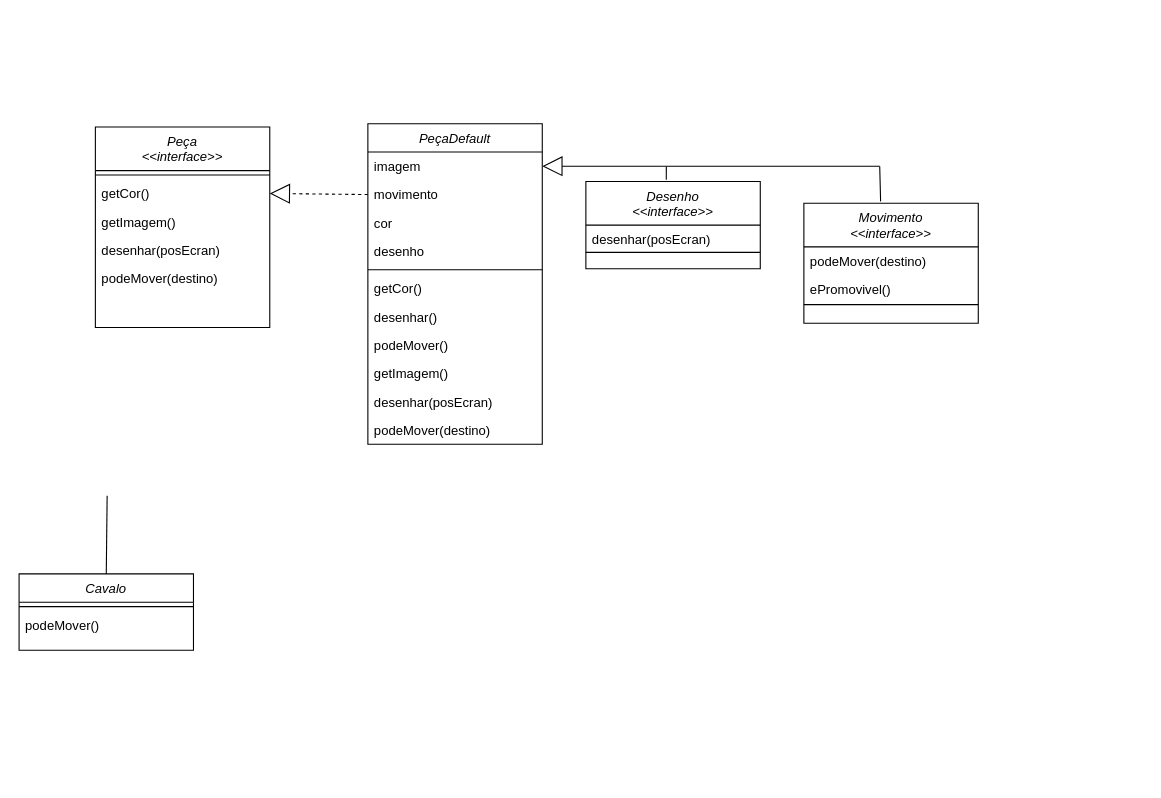
Before: Diagrama sem nome.drawio in GameJog/GameJog, a draw.io diagram. Source tidied: cells renumbered, new cells numbered last; positions are measured from the earlier drawing's top-left corner, leaving out a move shared by most shapes. Both pictures are drawn from the tidied source at 109%, with x=0, y=0 at pixel (19, 123).
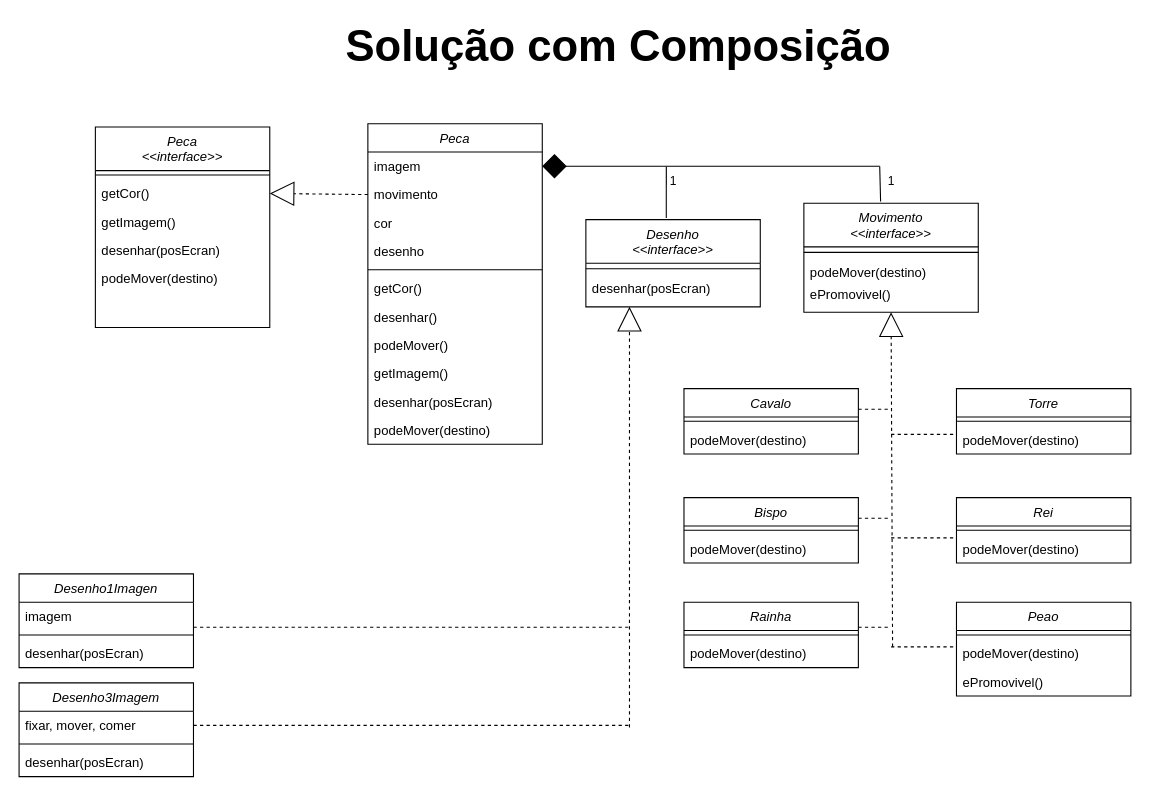
Above is the later version.

The change refers to these unchanged cells:
```xml
<mxCell id="4" value="getCor()" style="text;align=left;verticalAlign=top;spacingLeft=4;spacingRight=4;overflow=hidden;points=[[0,0.5],[1,0.5]];portConstraint=eastwest;" parent="2" vertex="1">
  <mxGeometry y="48" width="160" height="26" as="geometry" />
</mxCell>
<mxCell id="9" value="imagem" style="text;align=left;verticalAlign=top;spacingLeft=4;spacingRight=4;overflow=hidden;points=[[0,0.5],[1,0.5]];portConstraint=eastwest;" parent="8" vertex="1">
  <mxGeometry y="26" width="160" height="26" as="geometry" />
</mxCell>
<mxCell id="10" value="movimento" style="text;align=left;verticalAlign=top;spacingLeft=4;spacingRight=4;overflow=hidden;points=[[0,0.5],[1,0.5]];portConstraint=eastwest;" parent="8" vertex="1">
  <mxGeometry y="52" width="160" height="26" as="geometry" />
</mxCell>
<mxCell id="34" style="endArrow=none;html=1;rounded=0;exitX=0.461;exitY=-0.019;exitDx=0;exitDy=0;exitPerimeter=0;entryX=0.019;entryY=0.528;entryDx=0;entryDy=0;entryPerimeter=0;" parent="1" edge="1" source="25" target="33">
  <mxGeometry relative="1" as="geometry" />
</mxCell>
<mxCell id="35" style="endArrow=none;html=1;rounded=0;entryX=0.998;entryY=0.543;entryDx=0;entryDy=0;entryPerimeter=0;exitX=0.44;exitY=-0.016;exitDx=0;exitDy=0;exitPerimeter=0;" parent="1" edge="1" source="28" target="33">
  <mxGeometry relative="1" as="geometry" />
</mxCell>
```

What changed in the source:
```diff
@@
-    <mxCell id="2" value="Peça&#10;&lt;&lt;interface&gt;&gt;" style="swimlane;fontStyle=2;align=center;verticalAlign=top;horizontal=1;startSize=40;rounded=0;shadow=0;strokeWidth=1;" parent="1" vertex="1">
+    <mxCell id="2" value="Peca&#10;&lt;&lt;interface&gt;&gt;" style="swimlane;fontStyle=2;align=center;verticalAlign=top;horizontal=1;startSize=40;rounded=0;shadow=0;strokeWidth=1;" parent="1" vertex="1">
       <mxGeometry x="70" y="3" width="160" height="184" as="geometry" />
     </mxCell>
@@
-    <mxCell id="8" value="PeçaDefault" style="swimlane;fontStyle=2;align=center;verticalAlign=top;horizontal=1;startSize=26;rounded=0;shadow=0;strokeWidth=1;" parent="1" vertex="1">
+    <mxCell id="8" value="Peca" style="swimlane;fontStyle=2;align=center;verticalAlign=top;horizontal=1;startSize=26;rounded=0;shadow=0;strokeWidth=1;" parent="1" vertex="1">
       <mxGeometry x="320" width="160" height="294" as="geometry" />
     </mxCell>
@@
-    <mxCell id="20" value="Cavalo" style="swimlane;fontStyle=2;align=center;verticalAlign=top;horizontal=1;startSize=26;rounded=0;shadow=0;strokeWidth=1;" parent="1" vertex="1">
-      <mxGeometry y="413" width="160" height="70" as="geometry" />
+    <mxCell id="20" value="Desenho1Imagen" style="swimlane;fontStyle=2;align=center;verticalAlign=top;horizontal=1;startSize=26;rounded=0;shadow=0;strokeWidth=1;" parent="1" vertex="1">
+      <mxGeometry y="413" width="160" height="86" as="geometry" />
     </mxCell>
+    <mxCell id="22" value="imagem" style="text;align=left;verticalAlign=top;spacingLeft=4;spacingRight=4;overflow=hidden;" parent="20" vertex="1">
+      <mxGeometry y="26" width="160" height="26" as="geometry" />
+    </mxCell>
     <mxCell id="21" style="line;html=1;strokeWidth=1;align=left;verticalAlign=middle;spacingTop=-1;spacingLeft=3;spacingRight=3;labelPosition=right;" parent="20" vertex="1">
-      <mxGeometry y="26" width="160" height="8" as="geometry" />
+      <mxGeometry y="52" width="160" height="8" as="geometry" />
     </mxCell>
-    <mxCell id="22" value="podeMover()" style="text;align=left;verticalAlign=top;spacingLeft=4;spacingRight=4;overflow=hidden;" parent="20" vertex="1">
-      <mxGeometry y="34" width="160" height="26" as="geometry" />
-    </mxCell>
-    <mxCell id="23" style="endArrow=none;html=1;rounded=0;exitX=0.5;exitY=0;exitDx=0;exitDy=0;entryX=0.001;entryY=0.469;entryDx=0;entryDy=0;entryPerimeter=0;" parent="1" edge="1" source="20">
-      <mxGeometry relative="1" as="geometry">
-        <mxPoint x="80.8" y="341.4" as="targetPoint" />
-      </mxGeometry>
-    </mxCell>
+    <mxCell id="36" value="desenhar(posEcran)" style="text;align=left;verticalAlign=top;spacingLeft=4;spacingRight=4;overflow=hidden;" parent="20" vertex="1">
+      <mxGeometry y="60" width="160" height="26" as="geometry" />
+    </mxCell>
-    <mxCell id="24" style="endArrow=block;endSize=16;endFill=0;html=1;rounded=0;entryX=1;entryY=0.5;entryDx=0;entryDy=0;startArrow=none;startFill=0;dashed=1;exitX=0;exitY=0.5;exitDx=0;exitDy=0;" parent="1" edge="1" source="10" target="4">
+    <mxCell id="24" style="endArrow=block;endSize=20;endFill=0;html=1;rounded=0;entryX=1;entryY=0.5;entryDx=0;entryDy=0;startArrow=none;startFill=0;dashed=1;exitX=0;exitY=0.5;exitDx=0;exitDy=0;" parent="1" edge="1" source="10" target="4">
       <mxGeometry relative="1" as="geometry" />
     </mxCell>
     <mxCell id="25" value="Desenho&#10;&lt;&lt;interface&gt;&gt;" style="swimlane;fontStyle=2;align=center;verticalAlign=top;horizontal=1;startSize=40;rounded=0;shadow=0;strokeWidth=1;" parent="1" vertex="1">
-      <mxGeometry x="520" y="53" width="160" height="80" as="geometry" />
+      <mxGeometry x="520" y="88" width="160" height="80" as="geometry" />
     </mxCell>
+    <mxCell id="27" style="line;html=1;strokeWidth=1;align=left;verticalAlign=middle;spacingTop=-1;spacingLeft=3;spacingRight=3;labelPosition=right;" parent="25" vertex="1">
+      <mxGeometry y="40" width="160" height="10" as="geometry" />
+    </mxCell>
     <mxCell id="26" value="desenhar(posEcran)" style="text;align=left;verticalAlign=top;spacingLeft=4;spacingRight=4;overflow=hidden;" parent="25" vertex="1">
-      <mxGeometry y="40" width="160" height="20" as="geometry" />
+      <mxGeometry y="50" width="160" height="20" as="geometry" />
     </mxCell>
-    <mxCell id="27" style="line;html=1;strokeWidth=1;align=left;verticalAlign=middle;spacingTop=-1;spacingLeft=3;spacingRight=3;labelPosition=right;" parent="25" vertex="1">
-      <mxGeometry y="60" width="160" height="10" as="geometry" />
-    </mxCell>
     <mxCell id="28" value="Movimento&#10;&lt;&lt;interface&gt;&gt;" style="swimlane;fontStyle=2;align=center;verticalAlign=top;horizontal=1;startSize=40;rounded=0;shadow=0;strokeWidth=1;" parent="1" vertex="1">
-      <mxGeometry x="720" y="73" width="160" height="110" as="geometry" />
+      <mxGeometry x="720" y="73" width="160" height="100" as="geometry" />
     </mxCell>
+    <mxCell id="31" style="line;html=1;strokeWidth=1;align=left;verticalAlign=middle;spacingTop=-1;spacingLeft=3;spacingRight=3;labelPosition=right;" parent="28" vertex="1">
+      <mxGeometry y="40" width="160" height="10" as="geometry" />
+    </mxCell>
     <mxCell id="29" value="podeMover(destino)" style="text;align=left;verticalAlign=top;spacingLeft=4;spacingRight=4;overflow=hidden;" parent="28" vertex="1">
-      <mxGeometry y="40" width="160" height="26" as="geometry" />
+      <mxGeometry y="50" width="160" height="20" as="geometry" />
     </mxCell>
     <mxCell id="30" value="ePromovivel()" style="text;align=left;verticalAlign=top;spacingLeft=4;spacingRight=4;overflow=hidden;" parent="28" vertex="1">
-      <mxGeometry y="66" width="160" height="26" as="geometry" />
+      <mxGeometry y="70" width="160" height="26" as="geometry" />
     </mxCell>
-    <mxCell id="31" style="line;html=1;strokeWidth=1;align=left;verticalAlign=middle;spacingTop=-1;spacingLeft=3;spacingRight=3;labelPosition=right;" parent="28" vertex="1">
-      <mxGeometry y="92" width="160" height="2" as="geometry" />
-    </mxCell>
-    <mxCell id="32" style="endArrow=block;endSize=16;endFill=0;html=1;rounded=0;entryX=1;entryY=0.5;entryDx=0;entryDy=0;" parent="1" edge="1" target="9">
+    <mxCell id="32" style="endArrow=diamond;endSize=20;endFill=1;html=1;rounded=0;entryX=1;entryY=0.5;entryDx=0;entryDy=0;" parent="1" edge="1" target="9">
       <mxGeometry relative="1" as="geometry">
         <mxPoint x="590" y="39" as="sourcePoint" />
       </mxGeometry>
     </mxCell>
@@
+    <mxCell id="37" value="1" style="edgeLabel;html=1;align=center;verticalAlign=middle;" parent="34" vertex="1">
+      <mxGeometry x="0.51" y="-2" relative="1" as="geometry">
+        <mxPoint x="4" y="1" as="offset" />
+      </mxGeometry>
+    </mxCell>
@@
+    <mxCell id="38" value="1" style="edgeLabel;html=1;align=center;verticalAlign=middle;" parent="35" vertex="1">
+      <mxGeometry x="0.48" y="3" relative="1" as="geometry">
+        <mxPoint x="13" y="4" as="offset" />
+      </mxGeometry>
+    </mxCell>
+    <mxCell id="39" value="Desenho3Imagem" style="swimlane;fontStyle=2;align=center;verticalAlign=top;horizontal=1;startSize=26;rounded=0;shadow=0;strokeWidth=1;" parent="1" vertex="1">
+      <mxGeometry y="513" width="160" height="86" as="geometry" />
+    </mxCell>
+    <mxCell id="40" value="fixar, mover, comer" style="text;align=left;verticalAlign=top;spacingLeft=4;spacingRight=4;overflow=hidden;" parent="39" vertex="1">
+      <mxGeometry y="26" width="160" height="26" as="geometry" />
+    </mxCell>
+    <mxCell id="41" style="line;html=1;strokeWidth=1;align=left;verticalAlign=middle;spacingTop=-1;spacingLeft=3;spacingRight=3;labelPosition=right;" parent="39" vertex="1">
+      <mxGeometry y="52" width="160" height="8" as="geometry" />
+    </mxCell>
+    <mxCell id="42" value="desenhar(posEcran)" style="text;align=left;verticalAlign=top;spacingLeft=4;spacingRight=4;overflow=hidden;" parent="39" vertex="1">
+      <mxGeometry y="60" width="160" height="26" as="geometry" />
+    </mxCell>
+    <mxCell id="43" style="line;strokeWidth=1;fillColor=none;align=left;verticalAlign=middle;spacingTop=-1;spacingLeft=3;spacingRight=3;labelPosition=right;points=[];portConstraint=eastwest;strokeColor=inherit;dashed=1;" parent="1" vertex="1">
+      <mxGeometry x="160" y="543" width="400" height="18" as="geometry" />
+    </mxCell>
+    <mxCell id="44" style="endArrow=block;html=1;rounded=0;endFill=0;endSize=20;dashed=1;entryX=0.25;entryY=1;entryDx=0;entryDy=0;exitX=1;exitY=0.611;exitDx=0;exitDy=0;exitPerimeter=0;" parent="1" edge="1" source="43" target="25">
+      <mxGeometry relative="1" as="geometry" />
+    </mxCell>
+    <mxCell id="45" style="line;strokeWidth=1;fillColor=none;align=left;verticalAlign=middle;spacingTop=-1;spacingLeft=3;spacingRight=3;labelPosition=right;strokeColor=inherit;dashed=1;" parent="1" vertex="1">
+      <mxGeometry x="160" y="453" width="400" height="18" as="geometry" />
+    </mxCell>
+    <mxCell id="46" value="Cavalo" style="swimlane;fontStyle=2;align=center;verticalAlign=top;horizontal=1;startSize=26;rounded=0;shadow=0;strokeWidth=1;" parent="1" vertex="1">
+      <mxGeometry x="610" y="243" width="160" height="60" as="geometry" />
+    </mxCell>
+    <mxCell id="47" style="line;html=1;strokeWidth=1;align=left;verticalAlign=middle;spacingTop=-1;spacingLeft=3;spacingRight=3;labelPosition=right;" parent="46" vertex="1">
+      <mxGeometry y="26" width="160" height="8" as="geometry" />
+    </mxCell>
+    <mxCell id="48" value="podeMover(destino)" style="text;align=left;verticalAlign=top;spacingLeft=4;spacingRight=4;overflow=hidden;" parent="46" vertex="1">
+      <mxGeometry y="34" width="160" height="26" as="geometry" />
+    </mxCell>
+    <mxCell id="49" value="Bispo" style="swimlane;fontStyle=2;align=center;verticalAlign=top;horizontal=1;startSize=26;rounded=0;shadow=0;strokeWidth=1;" parent="1" vertex="1">
+      <mxGeometry x="610" y="343" width="160" height="60" as="geometry" />
+    </mxCell>
+    <mxCell id="50" style="line;html=1;strokeWidth=1;align=left;verticalAlign=middle;spacingTop=-1;spacingLeft=3;spacingRight=3;labelPosition=right;" parent="49" vertex="1">
+      <mxGeometry y="26" width="160" height="8" as="geometry" />
+    </mxCell>
+    <mxCell id="51" value="podeMover(destino)" style="text;align=left;verticalAlign=top;spacingLeft=4;spacingRight=4;overflow=hidden;" parent="49" vertex="1">
+      <mxGeometry y="34" width="160" height="26" as="geometry" />
+    </mxCell>
+    <mxCell id="52" value="Rainha" style="swimlane;fontStyle=2;align=center;verticalAlign=top;horizontal=1;startSize=26;rounded=0;shadow=0;strokeWidth=1;" parent="1" vertex="1">
+      <mxGeometry x="610" y="439" width="160" height="60" as="geometry" />
+    </mxCell>
+    <mxCell id="53" style="line;html=1;strokeWidth=1;align=left;verticalAlign=middle;spacingTop=-1;spacingLeft=3;spacingRight=3;labelPosition=right;" parent="52" vertex="1">
+      <mxGeometry y="26" width="160" height="8" as="geometry" />
+    </mxCell>
+    <mxCell id="54" value="podeMover(destino)" style="text;align=left;verticalAlign=top;spacingLeft=4;spacingRight=4;overflow=hidden;" parent="52" vertex="1">
+      <mxGeometry y="34" width="160" height="26" as="geometry" />
+    </mxCell>
+    <mxCell id="55" value="Torre" style="swimlane;fontStyle=2;align=center;verticalAlign=top;horizontal=1;startSize=26;rounded=0;shadow=0;strokeWidth=1;" parent="1" vertex="1">
+      <mxGeometry x="860" y="243" width="160" height="60" as="geometry" />
+    </mxCell>
+    <mxCell id="56" style="line;html=1;strokeWidth=1;align=left;verticalAlign=middle;spacingTop=-1;spacingLeft=3;spacingRight=3;labelPosition=right;" parent="55" vertex="1">
+      <mxGeometry y="26" width="160" height="8" as="geometry" />
+    </mxCell>
+    <mxCell id="57" value="podeMover(destino)" style="text;align=left;verticalAlign=top;spacingLeft=4;spacingRight=4;overflow=hidden;" parent="55" vertex="1">
+      <mxGeometry y="34" width="160" height="26" as="geometry" />
+    </mxCell>
+    <mxCell id="58" value="Rei" style="swimlane;fontStyle=2;align=center;verticalAlign=top;horizontal=1;startSize=26;rounded=0;shadow=0;strokeWidth=1;" parent="1" vertex="1">
+      <mxGeometry x="860" y="343" width="160" height="60" as="geometry" />
+    </mxCell>
+    <mxCell id="59" style="line;html=1;strokeWidth=1;align=left;verticalAlign=middle;spacingTop=-1;spacingLeft=3;spacingRight=3;labelPosition=right;" parent="58" vertex="1">
+      <mxGeometry y="26" width="160" height="8" as="geometry" />
+    </mxCell>
+    <mxCell id="60" value="podeMover(destino)" style="text;align=left;verticalAlign=top;spacingLeft=4;spacingRight=4;overflow=hidden;" parent="58" vertex="1">
+      <mxGeometry y="34" width="160" height="26" as="geometry" />
+    </mxCell>
+    <mxCell id="61" value="Peao" style="swimlane;fontStyle=2;align=center;verticalAlign=top;horizontal=1;startSize=26;rounded=0;shadow=0;strokeWidth=1;" parent="1" vertex="1">
+      <mxGeometry x="860" y="439" width="160" height="86" as="geometry" />
+    </mxCell>
+    <mxCell id="62" style="line;html=1;strokeWidth=1;align=left;verticalAlign=middle;spacingTop=-1;spacingLeft=3;spacingRight=3;labelPosition=right;" parent="61" vertex="1">
+      <mxGeometry y="26" width="160" height="8" as="geometry" />
+    </mxCell>
+    <mxCell id="63" value="podeMover(destino)" style="text;align=left;verticalAlign=top;spacingLeft=4;spacingRight=4;overflow=hidden;" parent="61" vertex="1">
+      <mxGeometry y="34" width="160" height="26" as="geometry" />
+    </mxCell>
+    <mxCell id="64" value="ePromovivel()" style="text;align=left;verticalAlign=top;spacingLeft=4;spacingRight=4;overflow=hidden;" parent="61" vertex="1">
+      <mxGeometry y="60" width="160" height="26" as="geometry" />
+    </mxCell>
+    <mxCell id="65" style="line;strokeWidth=1;fillColor=none;align=left;verticalAlign=middle;spacingTop=-1;spacingLeft=3;spacingRight=3;labelPosition=right;strokeColor=inherit;dashed=1;" parent="1" vertex="1">
+      <mxGeometry x="770" y="453" width="30" height="18" as="geometry" />
+    </mxCell>
+    <mxCell id="66" style="line;strokeWidth=1;fillColor=none;align=left;verticalAlign=middle;spacingTop=-1;spacingLeft=3;spacingRight=3;labelPosition=right;points=[];portConstraint=eastwest;strokeColor=inherit;dashed=1;" parent="1" vertex="1">
+      <mxGeometry x="800" y="471" width="60" height="18" as="geometry" />
+    </mxCell>
+    <mxCell id="67" style="line;strokeWidth=1;fillColor=none;align=left;verticalAlign=middle;spacingTop=-1;spacingLeft=3;spacingRight=3;labelPosition=right;strokeColor=inherit;dashed=1;" parent="1" vertex="1">
+      <mxGeometry x="770" y="253" width="30" height="18" as="geometry" />
+    </mxCell>
+    <mxCell id="68" style="line;strokeWidth=1;fillColor=none;align=left;verticalAlign=middle;spacingTop=-1;spacingLeft=3;spacingRight=3;labelPosition=right;strokeColor=inherit;dashed=1;" parent="1" vertex="1">
+      <mxGeometry x="770" y="353" width="30" height="18" as="geometry" />
+    </mxCell>
+    <mxCell id="69" style="line;strokeWidth=1;fillColor=none;align=left;verticalAlign=middle;spacingTop=-1;spacingLeft=3;spacingRight=3;labelPosition=right;strokeColor=inherit;dashed=1;" parent="1" vertex="1">
+      <mxGeometry x="800" y="371" width="60" height="18" as="geometry" />
+    </mxCell>
+    <mxCell id="70" style="line;strokeWidth=1;fillColor=none;align=left;verticalAlign=middle;spacingTop=-1;spacingLeft=3;spacingRight=3;labelPosition=right;strokeColor=inherit;dashed=1;" parent="1" vertex="1">
+      <mxGeometry x="800" y="276" width="60" height="18" as="geometry" />
+    </mxCell>
+    <mxCell id="71" style="endArrow=block;html=1;rounded=0;endFill=0;exitX=0.023;exitY=0.491;exitDx=0;exitDy=0;exitPerimeter=0;endSize=20;entryX=0.5;entryY=1;entryDx=0;entryDy=0;dashed=1;" parent="1" edge="1" source="66" target="28">
+      <mxGeometry relative="1" as="geometry" />
+    </mxCell>
+    <mxCell id="72" value="Solução com Composição" style="text;html=1;whiteSpace=wrap;strokeColor=none;fillColor=none;align=center;verticalAlign=middle;rounded=0;fontSize=40;fontStyle=1;" parent="1" vertex="1">
+      <mxGeometry x="70" y="-87" width="960" height="30" as="geometry" />
+    </mxCell>
```
